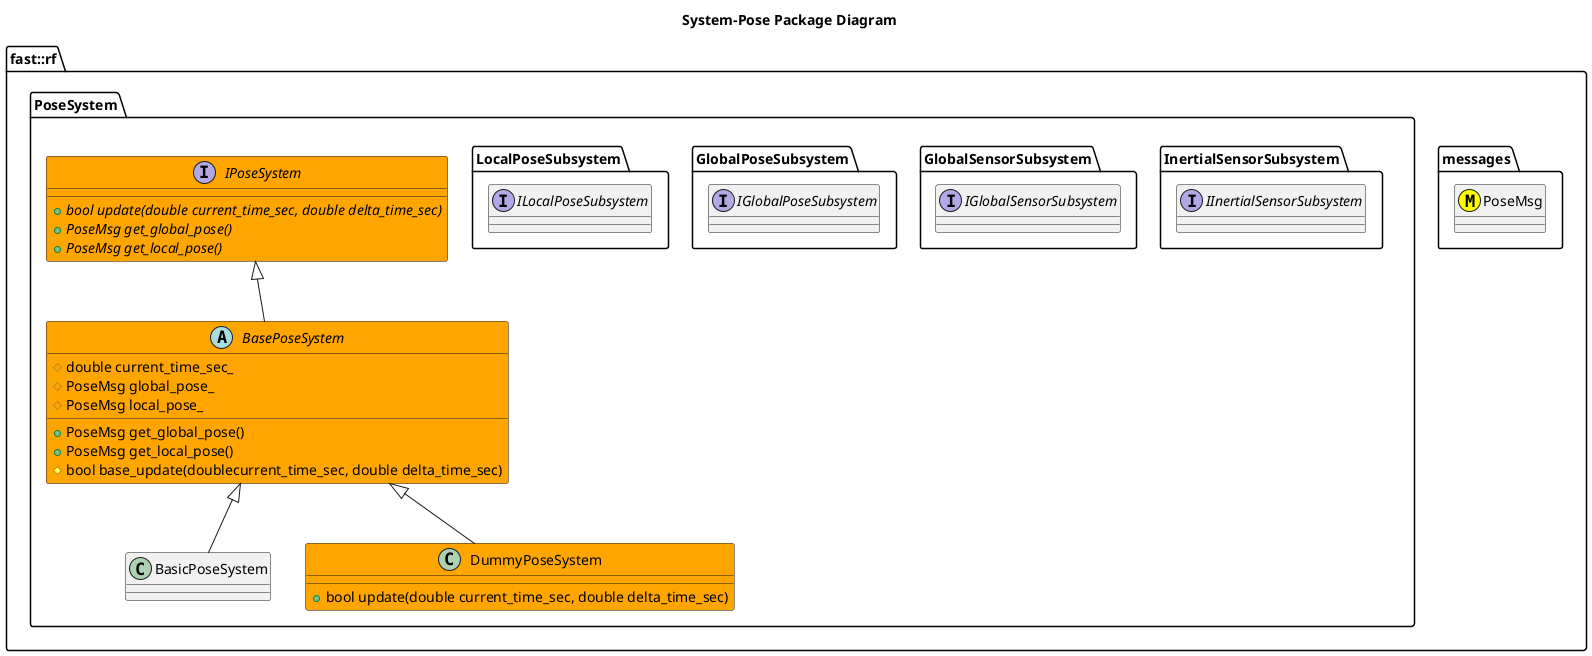
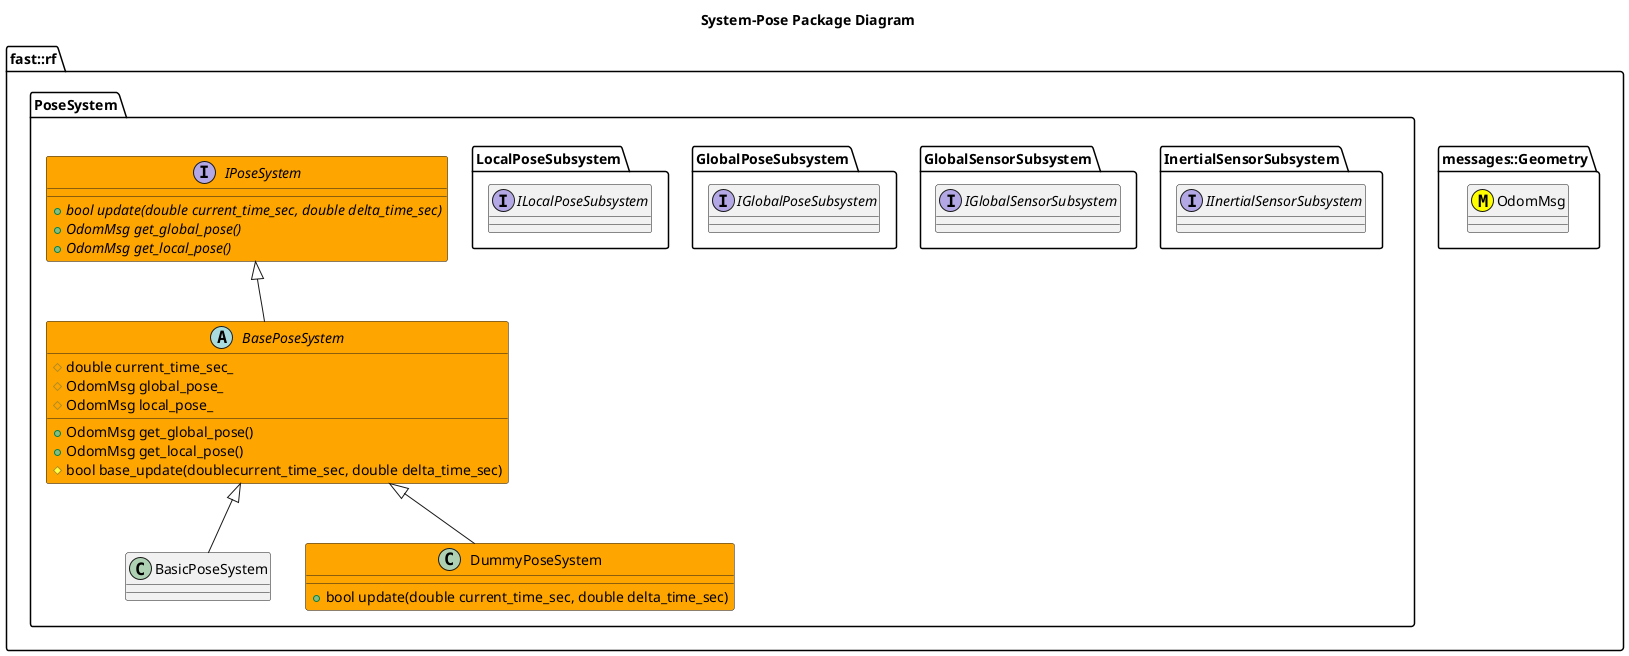
@startuml
title System-Pose Package Diagram

namespace fast::rf {
-   namespace messages {
-     class PoseMsg <<(M,#FFFF00) >>
+   namespace messages::Geometry {
+     class OdomMsg <<(M,#FFFF00) >>
  }
  namespace PoseSystem {
    together {
      namespace InertialSensorSubsystem {
        interface IInertialSensorSubsystem

      }
      namespace GlobalSensorSubsystem {
        interface IGlobalSensorSubsystem
      }
      namespace GlobalPoseSubsystem {
        interface IGlobalPoseSubsystem
      }
      namespace LocalPoseSubsystem {
        interface ILocalPoseSubsystem
      }
    }
    interface IPoseSystem #Orange {
      +{abstract} bool update(double current_time_sec, double delta_time_sec)
-       +{abstract} PoseMsg get_global_pose()
-       +{abstract} PoseMsg get_local_pose()
+       +{abstract} OdomMsg get_global_pose()
+       +{abstract} OdomMsg get_local_pose()
    }
    abstract BasePoseSystem #Orange {
-       +PoseMsg get_global_pose()
-       +PoseMsg get_local_pose()
+       +OdomMsg get_global_pose()
+       +OdomMsg get_local_pose()
      #bool base_update(doublecurrent_time_sec, double delta_time_sec)
      #double current_time_sec_
-       #PoseMsg global_pose_
-       #PoseMsg local_pose_
+       #OdomMsg global_pose_
+       #OdomMsg local_pose_
    }
    IPoseSystem <|-- BasePoseSystem
    class BasicPoseSystem {

    }
    BasePoseSystem <|-- BasicPoseSystem
    class DummyPoseSystem #Orange {
      +bool update(double current_time_sec, double delta_time_sec)
    }
    BasePoseSystem <|-- DummyPoseSystem
  }
}
@enduml